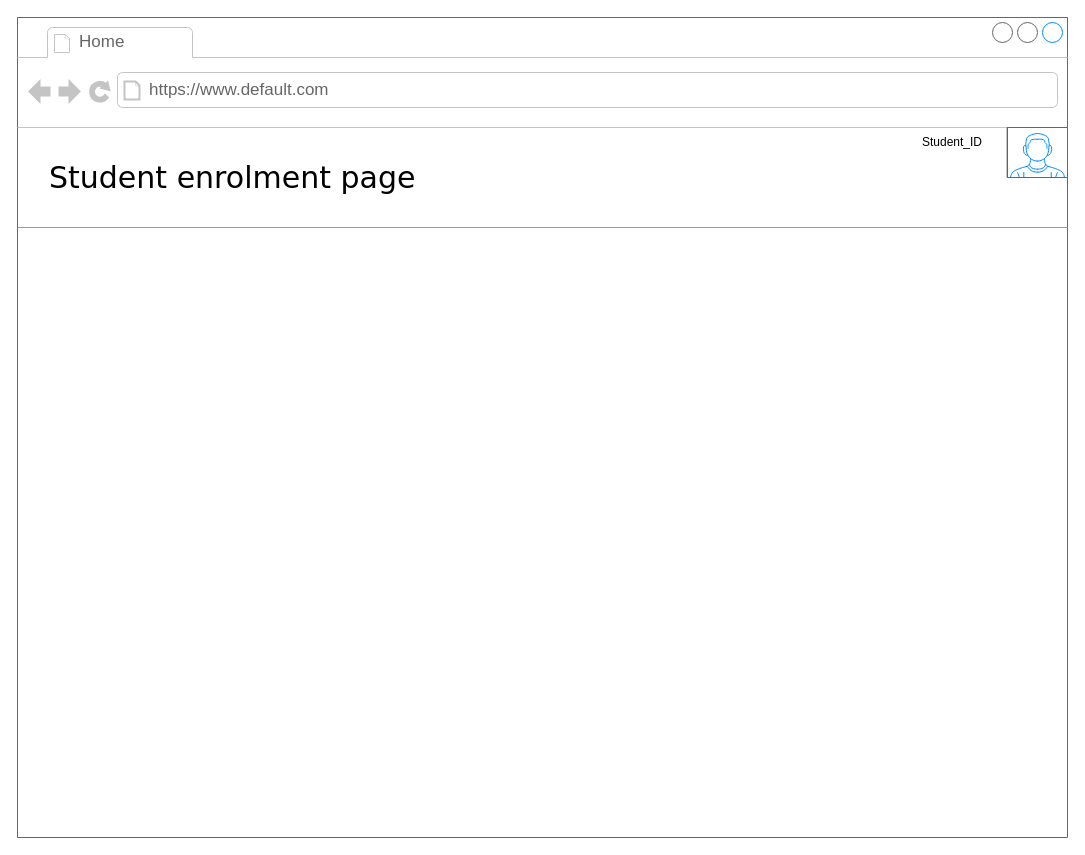
Earlier version of the draw.io diagram page "Enrolment" (3 of 9) of Wireframes.drawio (bensolo12/Databases). Source tidied: cells renumbered, new cells numbered last; positions are measured from the earlier drawing's top-left corner, leaving out a move shared by most shapes. Both pictures are drawn from the tidied source at 100%, with x=0, y=0 at pixel (17, 17).
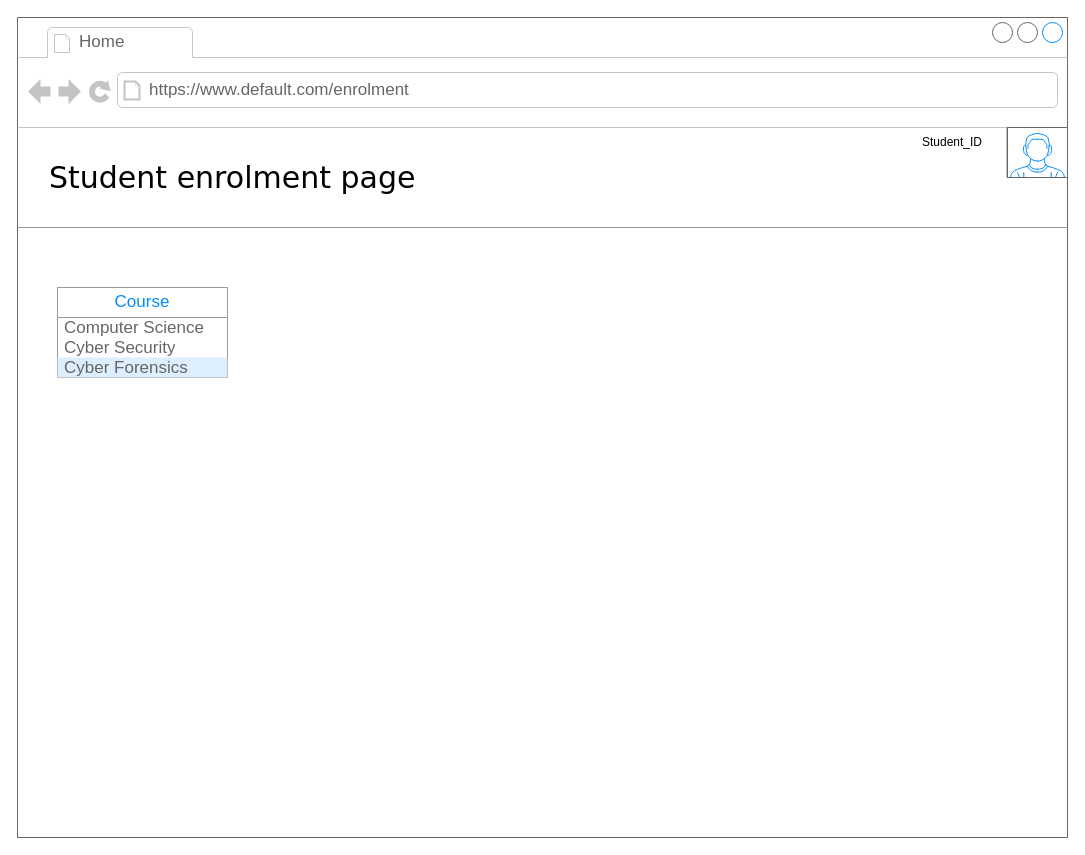
The same page after the edit.

Change to the diagram source:
```diff
@@
 <mxGraphModel>
   <root>
     <mxCell id="0" />
     <mxCell id="1" parent="0" />
     <mxCell id="2" style="strokeWidth=1;shadow=0;dashed=0;align=center;html=1;shape=mxgraph.mockup.containers.browserWindow;rSize=0;strokeColor=#666666;mainText=,;rounded=0;labelBackgroundColor=none;fontFamily=Verdana;fontSize=12;" parent="1" vertex="1">
       <mxGeometry width="1050" height="820" as="geometry" />
     </mxCell>
     <mxCell id="3" value="Home" style="strokeWidth=1;shadow=0;dashed=0;align=center;html=1;shape=mxgraph.mockup.containers.anchor;fontSize=17;fontColor=#666666;align=left;" parent="2" vertex="1">
       <mxGeometry x="60" y="12" width="110" height="26" as="geometry" />
     </mxCell>
-    <mxCell id="4" value="https://www.default.com" style="strokeWidth=1;shadow=0;dashed=0;align=center;html=1;shape=mxgraph.mockup.containers.anchor;rSize=0;fontSize=17;fontColor=#666666;align=left;" parent="2" vertex="1">
+    <mxCell id="4" value="https://www.default.com/enrolment" style="strokeWidth=1;shadow=0;dashed=0;align=center;html=1;shape=mxgraph.mockup.containers.anchor;rSize=0;fontSize=17;fontColor=#666666;align=left;" parent="2" vertex="1">
       <mxGeometry x="130" y="60" width="250" height="26" as="geometry" />
     </mxCell>
     <mxCell id="5" value="Student enrolment page" style="text;html=1;align=left;verticalAlign=top;spacingTop=-4;fontSize=30;fontFamily=Verdana;" parent="2" vertex="1">
       <mxGeometry x="30" y="140" width="340" height="50" as="geometry" />
     </mxCell>
     <mxCell id="6" style="verticalLabelPosition=bottom;shadow=0;dashed=0;align=center;html=1;verticalAlign=top;strokeWidth=1;shape=mxgraph.mockup.markup.line;strokeColor=#999999;rounded=0;labelBackgroundColor=none;fillColor=#ffffff;fontFamily=Verdana;fontSize=12;fontColor=#000000;" parent="2" vertex="1">
       <mxGeometry y="200" width="1050" height="20" as="geometry" />
     </mxCell>
     <mxCell id="7" style="verticalLabelPosition=bottom;shadow=0;dashed=0;align=center;html=1;verticalAlign=top;strokeWidth=1;shape=mxgraph.mockup.containers.userMale;strokeColor=#666666;strokeColor2=#008cff;" parent="2" vertex="1">
       <mxGeometry x="990" y="110" width="60" height="50" as="geometry" />
     </mxCell>
     <mxCell id="8" value="Student_ID" style="text;html=1;align=center;verticalAlign=middle;whiteSpace=wrap;rounded=0;" parent="2" vertex="1">
       <mxGeometry x="880" y="110" width="110" height="30" as="geometry" />
     </mxCell>
+    <mxCell id="9" value="Course" style="swimlane;strokeColor=#999999;swimlaneFillColor=#FFFFFF;fillColor=#ffffff;fontColor=#008CFF;fontStyle=0;horizontal=1;startSize=30;whiteSpace=wrap;html=1;fontSize=17;" parent="2" vertex="1">
+      <mxGeometry x="40" y="270" width="170" height="90" as="geometry" />
+    </mxCell>
+    <mxCell id="10" value="Computer Science" style="text;spacing=0;strokeColor=none;align=left;verticalAlign=middle;spacingLeft=7;spacingRight=10;overflow=hidden;whiteSpace=wrap;html=1;fillColor=none;fontColor=#666666;fontSize=17;" parent="9" vertex="1">
+      <mxGeometry y="30" width="170" height="20" as="geometry" />
+    </mxCell>
+    <mxCell id="11" value="Cyber Security" style="text;spacing=0;strokeColor=none;align=left;verticalAlign=middle;spacingLeft=7;spacingRight=10;overflow=hidden;whiteSpace=wrap;html=1;rSize=5;fillColor=none;fontColor=#666666;fontSize=17;" parent="9" vertex="1">
+      <mxGeometry y="50" width="170" height="20" as="geometry" />
+    </mxCell>
+    <mxCell id="12" value="Cyber Forensics" style="text;spacing=0;strokeColor=none;align=left;verticalAlign=middle;spacingLeft=7;spacingRight=10;overflow=hidden;whiteSpace=wrap;html=1;rSize=5;fillColor=#DDEEFF;fontColor=#666666;fontSize=17;" parent="9" vertex="1">
+      <mxGeometry y="70" width="170" height="20" as="geometry" />
+    </mxCell>
   </root>
 </mxGraphModel>
```
